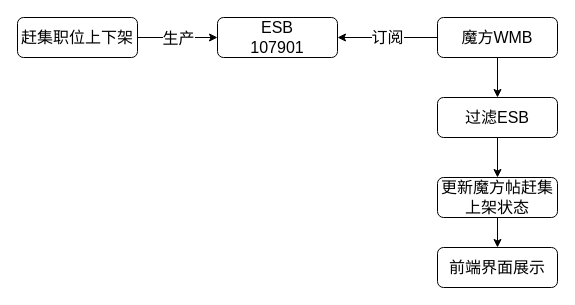
LuOyEbY/draw-b keeps this draw.io diagram as 监听赶集ESB上下架消息.drawio. Above is the earlier version. Source tidied: cells renumbered, new cells numbered last; positions are measured from the earlier drawing's top-left corner, leaving out a move shared by most shapes. Both pictures are drawn from the tidied source at 100%, with x=0, y=0 at pixel (17, 17).
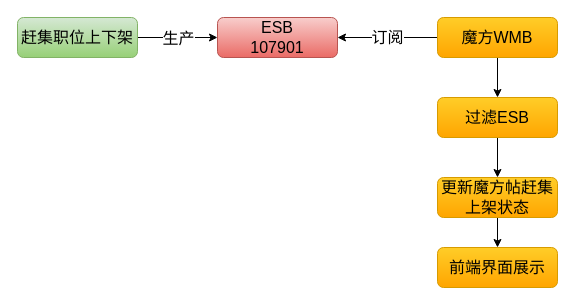
Above is the later version.

Commit message (it also covers changes not shown here):
更新监听赶集ESB上下架消息.drawio

Diff of the diagram source:
```diff
@@
 <mxGraphModel>
   <root>
     <mxCell id="0" />
     <mxCell id="1" parent="0" />
     <mxCell id="2" style="edgeStyle=orthogonalEdgeStyle;rounded=0;jettySize=auto;html=1;fontSize=16;" parent="1" edge="1" source="4" target="5">
       <mxGeometry relative="1" as="geometry" />
     </mxCell>
     <mxCell id="3" value="生产" style="edgeLabel;html=1;align=center;verticalAlign=middle;fontSize=16;" parent="2" vertex="1">
       <mxGeometry x="-0.47" y="3" relative="1" as="geometry">
         <mxPoint x="19" y="3" as="offset" />
       </mxGeometry>
     </mxCell>
-    <mxCell id="4" value="赶集职位上下架" style="rounded=1;whiteSpace=wrap;html=1;fontSize=16;" parent="1" vertex="1">
+    <mxCell id="4" value="赶集职位上下架" style="rounded=1;whiteSpace=wrap;html=1;fontSize=16;fillColor=#d5e8d4;strokeColor=#82b366;gradientColor=#97d077;" parent="1" vertex="1">
       <mxGeometry width="120" height="40" as="geometry" />
     </mxCell>
-    <mxCell id="5" value="ESB&lt;br&gt;107901" style="rounded=1;whiteSpace=wrap;html=1;fontSize=16;" parent="1" vertex="1">
+    <mxCell id="5" value="ESB&lt;br&gt;107901" style="rounded=1;whiteSpace=wrap;html=1;fontSize=16;fillColor=#f8cecc;gradientColor=#ea6b66;strokeColor=#b85450;" parent="1" vertex="1">
       <mxGeometry x="200" width="120" height="40" as="geometry" />
     </mxCell>
     <mxCell id="6" value="订阅" style="edgeStyle=orthogonalEdgeStyle;rounded=0;jettySize=auto;html=1;entryX=1;entryY=0.5;entryDx=0;entryDy=0;fontSize=16;" parent="1" edge="1" source="8" target="5">
       <mxGeometry relative="1" as="geometry">
         <Array as="points">
           <mxPoint x="360" y="20" />
           <mxPoint x="360" y="20" />
         </Array>
       </mxGeometry>
     </mxCell>
     <mxCell id="7" style="edgeStyle=orthogonalEdgeStyle;rounded=0;jettySize=auto;html=1;fontSize=16;" parent="1" edge="1" source="8" target="10">
       <mxGeometry relative="1" as="geometry" />
     </mxCell>
-    <mxCell id="8" value="魔方WMB" style="rounded=1;whiteSpace=wrap;html=1;fontSize=16;" parent="1" vertex="1">
+    <mxCell id="8" value="魔方WMB" style="rounded=1;whiteSpace=wrap;html=1;fontSize=16;fillColor=#ffcd28;gradientColor=#ffa500;strokeColor=#d79b00;" parent="1" vertex="1">
       <mxGeometry x="420" width="120" height="40" as="geometry" />
     </mxCell>
     <mxCell id="9" style="edgeStyle=orthogonalEdgeStyle;rounded=0;jettySize=auto;html=1;fontSize=16;" parent="1" edge="1" source="10" target="12">
       <mxGeometry relative="1" as="geometry" />
     </mxCell>
-    <mxCell id="10" value="过滤ESB" style="rounded=1;whiteSpace=wrap;html=1;fontSize=16;" parent="1" vertex="1">
+    <mxCell id="10" value="过滤ESB" style="rounded=1;whiteSpace=wrap;html=1;fontSize=16;fillColor=#ffcd28;gradientColor=#ffa500;strokeColor=#d79b00;" parent="1" vertex="1">
       <mxGeometry x="420" y="80" width="120" height="40" as="geometry" />
     </mxCell>
     <mxCell id="11" style="edgeStyle=orthogonalEdgeStyle;rounded=0;jettySize=auto;html=1;fontSize=16;" parent="1" edge="1" source="12" target="13">
       <mxGeometry relative="1" as="geometry" />
     </mxCell>
-    <mxCell id="12" value="更新魔方帖赶集上架状态" style="rounded=1;whiteSpace=wrap;html=1;fontSize=16;" parent="1" vertex="1">
+    <mxCell id="12" value="更新魔方帖赶集上架状态" style="rounded=1;whiteSpace=wrap;html=1;fontSize=16;fillColor=#ffcd28;gradientColor=#ffa500;strokeColor=#d79b00;" parent="1" vertex="1">
       <mxGeometry x="420" y="160" width="120" height="40" as="geometry" />
     </mxCell>
-    <mxCell id="13" value="前端界面展示" style="rounded=1;whiteSpace=wrap;html=1;fontSize=16;" parent="1" vertex="1">
+    <mxCell id="13" value="前端界面展示" style="rounded=1;whiteSpace=wrap;html=1;fontSize=16;fillColor=#ffcd28;gradientColor=#ffa500;strokeColor=#d79b00;" parent="1" vertex="1">
       <mxGeometry x="420" y="230" width="120" height="40" as="geometry" />
     </mxCell>
   </root>
 </mxGraphModel>
```
